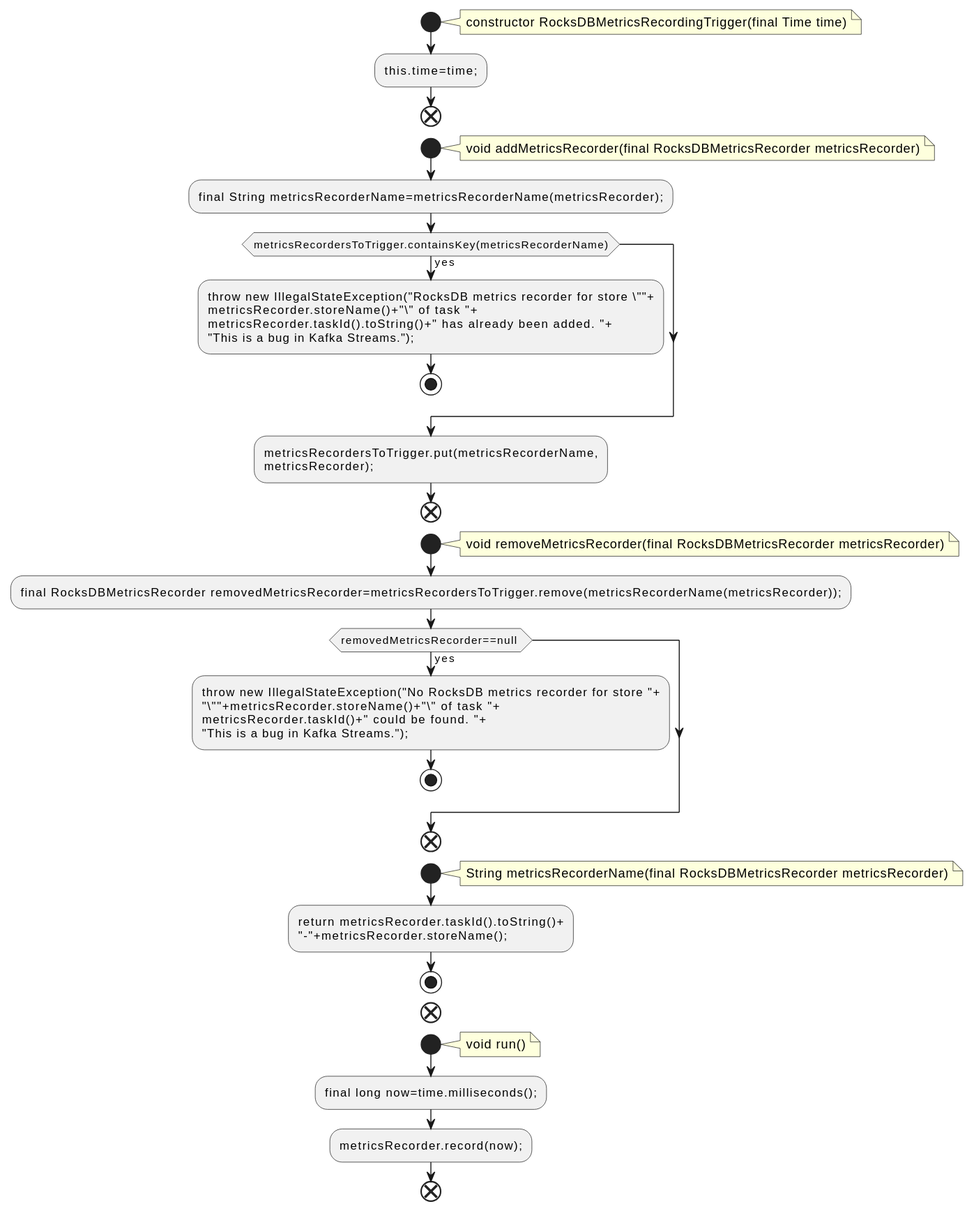
This is docs/qc/streams/src/main/java/org/apache/kafka/streams/state/internals/metrics/RocksDBMetricsRecordingTrigger.java.fct.svg from qualitesys/kafka, a PlantUML export, as it was before one commit.
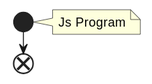
Above is the later version.

Diff of the diagram source:
```diff
@@ -2,51 +2,7 @@
 !pragma layout smetana
 start
 note right
-constructor RocksDBMetricsRecordingTrigger(final Time time)
+Js Program
 end note
-:this.time=time;;
-end
-start
-note right
-void addMetricsRecorder(final RocksDBMetricsRecorder metricsRecorder)
-end note
-:final String metricsRecorderName=metricsRecorderName(metricsRecorder);;
-if (metricsRecordersToTrigger.containsKey(metricsRecorderName)) then (yes)
-:throw new IllegalStateException("RocksDB metrics recorder for store \""+
-metricsRecorder.storeName()+"\" of task "+
-metricsRecorder.taskId().toString()+" has already been added. "+
-"This is a bug in Kafka Streams.");;
-stop
-endif
-:metricsRecordersToTrigger.put(metricsRecorderName,
-metricsRecorder);;
-end
-start
-note right
-void removeMetricsRecorder(final RocksDBMetricsRecorder metricsRecorder)
-end note
-:final RocksDBMetricsRecorder removedMetricsRecorder=metricsRecordersToTrigger.remove(metricsRecorderName(metricsRecorder));;
-if (removedMetricsRecorder==null ) then (yes)
-:throw new IllegalStateException("No RocksDB metrics recorder for store "+
-"\""+metricsRecorder.storeName()+"\" of task "+
-metricsRecorder.taskId()+" could be found. "+
-"This is a bug in Kafka Streams.");;
-stop
-endif
-end
-start
-note right
-String metricsRecorderName(final RocksDBMetricsRecorder metricsRecorder)
-end note
-:return metricsRecorder.taskId().toString()+
-"-"+metricsRecorder.storeName();;
-stop
-end
-start
-note right
-void run()
-end note
-:final long now=time.milliseconds();;
-:metricsRecorder.record(now);;
 end
 @enduml
```
